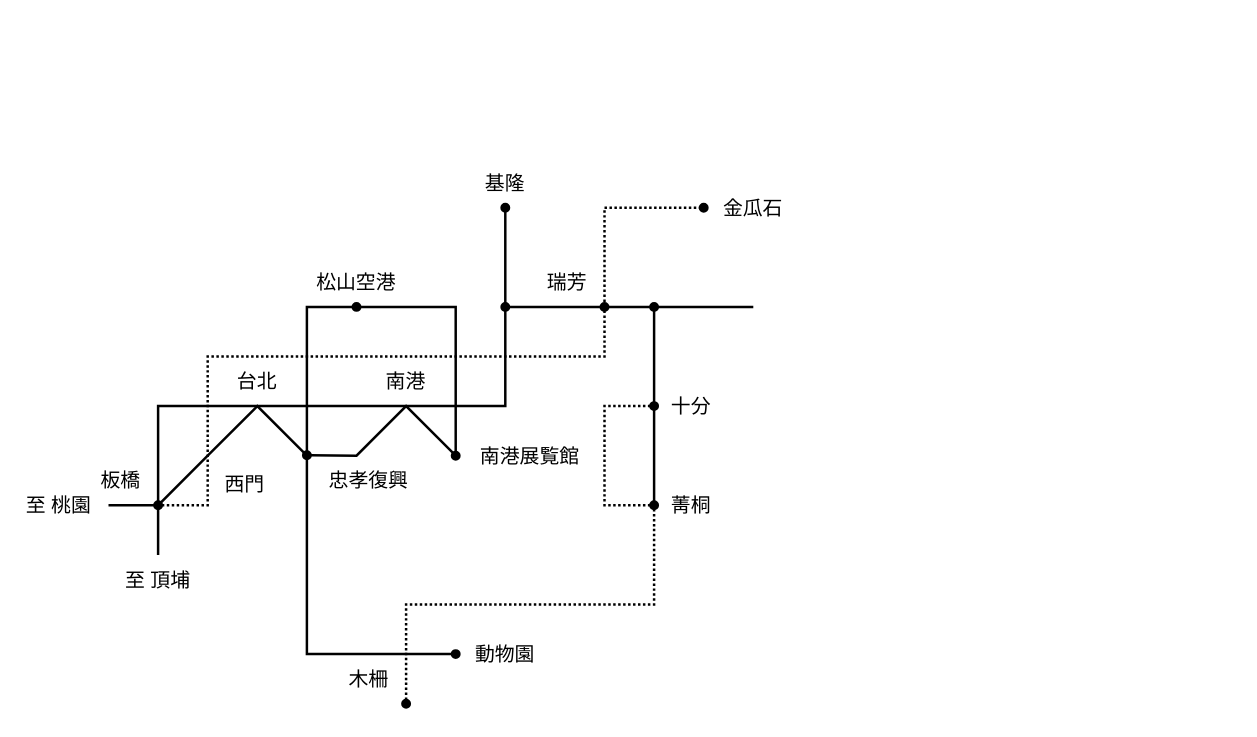
This is page "菁桐-木柵" (3 of 4) of routes.drawio from nnm-t/techniques-to-escape-from-dead-end-lines, a draw.io file, before an edit. Source tidied: cells renumbered, new cells numbered last; positions are measured from the earlier drawing's top-left corner, leaving out a move shared by most shapes. Both pictures are drawn from the tidied source at 124%, with x=0, y=0 at pixel (21, 170).
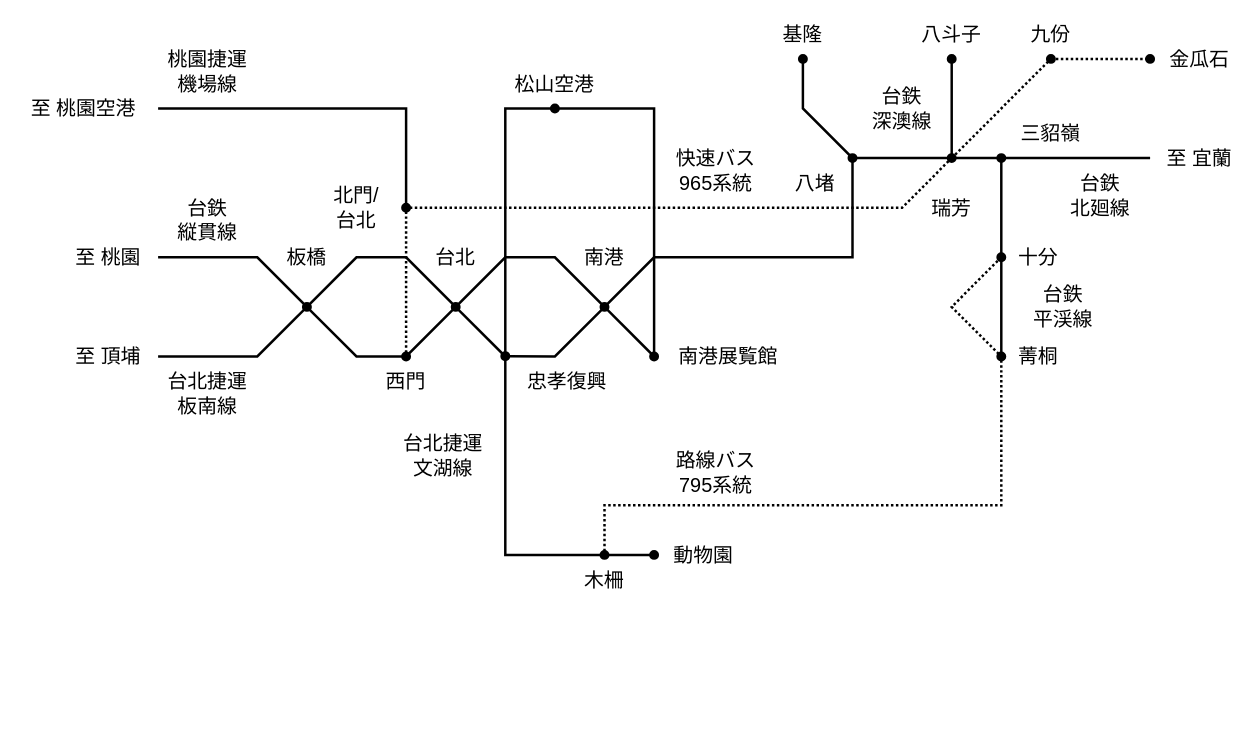
The same diagram, later.

Commit message:
菁桐 -> 木柵 図の修正

What changed in the source:
```diff
@@
     <mxCell id="2" style="endArrow=oval;html=1;strokeWidth=2;startArrow=oval;startFill=1;endFill=1;" parent="1" edge="1">
       <mxGeometry relative="1" as="geometry">
-        <mxPoint x="510" y="270" as="sourcePoint" />
-        <mxPoint x="510" y="110" as="targetPoint" />
+        <mxPoint x="790" y="150" as="sourcePoint" />
+        <mxPoint x="790" y="-10" as="targetPoint" />
       </mxGeometry>
     </mxCell>
     <mxCell id="3" style="endArrow=none;html=1;strokeWidth=2;startArrow=oval;startFill=1;" parent="1" edge="1">
       <mxGeometry relative="1" as="geometry">
-        <mxPoint x="390" y="110" as="sourcePoint" />
-        <mxPoint x="590" y="110" as="targetPoint" />
+        <mxPoint x="670" y="-10" as="sourcePoint" />
+        <mxPoint x="910" y="-10" as="targetPoint" />
       </mxGeometry>
     </mxCell>
     <mxCell id="4" style="endArrow=oval;html=1;strokeWidth=2;rounded=0;endFill=1;" parent="1" edge="1">
       <mxGeometry relative="1" as="geometry">
-        <mxPoint x="70" y="270" as="sourcePoint" />
-        <mxPoint x="390" y="30" as="targetPoint" />
+        <mxPoint x="110" y="70" as="sourcePoint" />
+        <mxPoint x="630" y="-90" as="targetPoint" />
         <Array as="points">
-          <mxPoint x="110" y="270" />
-          <mxPoint x="110" y="190" />
-          <mxPoint x="390" y="190" />
+          <mxPoint x="190" y="70" />
+          <mxPoint x="230" y="110" />
+          <mxPoint x="270" y="70" />
+          <mxPoint x="310" y="70" />
+          <mxPoint x="350" y="110" />
+          <mxPoint x="390" y="70" />
+          <mxPoint x="430" y="70" />
+          <mxPoint x="470" y="110" />
+          <mxPoint x="510" y="70" />
+          <mxPoint x="670" y="70" />
+          <mxPoint x="670" y="-10" />
+          <mxPoint x="630" y="-50" />
         </Array>
       </mxGeometry>
     </mxCell>
     <mxCell id="5" style="endArrow=oval;dashed=1;html=1;dashPattern=1 1;strokeWidth=2;rounded=0;startArrow=oval;startFill=1;endFill=1;" parent="1" edge="1">
       <mxGeometry relative="1" as="geometry">
-        <mxPoint x="110" y="270" as="sourcePoint" />
-        <mxPoint x="470" y="110" as="targetPoint" />
+        <mxPoint x="310" y="150" as="sourcePoint" />
+        <mxPoint x="750" y="-10" as="targetPoint" />
         <Array as="points">
-          <mxPoint x="150" y="270" />
-          <mxPoint x="150" y="150" />
-          <mxPoint x="470" y="150" />
+          <mxPoint x="310" y="110" />
+          <mxPoint x="310" y="30" />
+          <mxPoint x="430" y="30" />
+          <mxPoint x="710" y="30" />
         </Array>
       </mxGeometry>
     </mxCell>
     <mxCell id="6" style="endArrow=oval;html=1;strokeWidth=2;rounded=0;startArrow=oval;startFill=1;endFill=1;" parent="1" edge="1">
       <mxGeometry relative="1" as="geometry">
-        <mxPoint x="350" y="390" as="sourcePoint" />
-        <mxPoint x="270" y="110" as="targetPoint" />
+        <mxPoint x="510" y="310" as="sourcePoint" />
+        <mxPoint x="430" y="-50" as="targetPoint" />
         <Array as="points">
-          <mxPoint x="230" y="390" />
-          <mxPoint x="230" y="110" />
+          <mxPoint x="390" y="310" />
+          <mxPoint x="390" y="-50" />
         </Array>
       </mxGeometry>
     </mxCell>
     <mxCell id="7" value="南港展覧館" style="text;html=1;strokeColor=none;fillColor=none;align=center;verticalAlign=middle;whiteSpace=wrap;rounded=0;fontSize=16;" parent="1" vertex="1">
-      <mxGeometry x="360" y="220" width="100" height="20" as="geometry" />
+      <mxGeometry x="520" y="140" width="100" height="20" as="geometry" />
     </mxCell>
     <mxCell id="8" value="動物園" style="text;html=1;strokeColor=none;fillColor=none;align=center;verticalAlign=middle;whiteSpace=wrap;rounded=0;fontSize=16;" parent="1" vertex="1">
-      <mxGeometry x="360" y="380" width="60" height="20" as="geometry" />
+      <mxGeometry x="520" y="300" width="60" height="20" as="geometry" />
     </mxCell>
     <mxCell id="9" style="endArrow=oval;dashed=1;html=1;dashPattern=1 1;strokeWidth=2;fontSize=16;rounded=0;startArrow=oval;startFill=1;endFill=1;" parent="1" edge="1">
       <mxGeometry relative="1" as="geometry">
-        <mxPoint x="310" y="430" as="sourcePoint" />
-        <mxPoint x="510" y="190" as="targetPoint" />
+        <mxPoint x="470" y="310" as="sourcePoint" />
+        <mxPoint x="790" y="70" as="targetPoint" />
         <Array as="points">
-          <mxPoint x="310" y="350" />
-          <mxPoint x="510" y="350" />
-          <mxPoint x="510" y="270" />
           <mxPoint x="470" y="270" />
-          <mxPoint x="470" y="190" />
+          <mxPoint x="790" y="270" />
+          <mxPoint x="790" y="150" />
+          <mxPoint x="750" y="110" />
         </Array>
       </mxGeometry>
     </mxCell>
     <mxCell id="10" value="基隆" style="text;html=1;strokeColor=none;fillColor=none;align=center;verticalAlign=middle;whiteSpace=wrap;rounded=0;fontSize=16;" parent="1" vertex="1">
-      <mxGeometry x="370" width="40" height="20" as="geometry" />
+      <mxGeometry x="610" y="-120" width="40" height="20" as="geometry" />
     </mxCell>
     <mxCell id="11" value="瑞芳" style="text;html=1;strokeColor=none;fillColor=none;align=center;verticalAlign=middle;whiteSpace=wrap;rounded=0;fontSize=16;" parent="1" vertex="1">
-      <mxGeometry x="420" y="80" width="40" height="20" as="geometry" />
+      <mxGeometry x="730" y="20" width="40" height="20" as="geometry" />
     </mxCell>
     <mxCell id="12" value="金瓜石" style="text;html=1;strokeColor=none;fillColor=none;align=center;verticalAlign=middle;whiteSpace=wrap;rounded=0;fontSize=16;" parent="1" vertex="1">
-      <mxGeometry x="560" y="20" width="60" height="20" as="geometry" />
+      <mxGeometry x="920" y="-100" width="60" height="20" as="geometry" />
     </mxCell>
     <mxCell id="13" value="十分" style="text;html=1;strokeColor=none;fillColor=none;align=center;verticalAlign=middle;whiteSpace=wrap;rounded=0;fontSize=16;" parent="1" vertex="1">
-      <mxGeometry x="520" y="180" width="40" height="20" as="geometry" />
+      <mxGeometry x="800" y="60" width="40" height="20" as="geometry" />
     </mxCell>
     <mxCell id="14" value="菁桐" style="text;html=1;strokeColor=none;fillColor=none;align=center;verticalAlign=middle;whiteSpace=wrap;rounded=0;fontSize=16;" parent="1" vertex="1">
-      <mxGeometry x="520" y="260" width="40" height="20" as="geometry" />
+      <mxGeometry x="800" y="140" width="40" height="20" as="geometry" />
     </mxCell>
     <mxCell id="15" value="忠孝復興" style="text;html=1;strokeColor=none;fillColor=none;align=center;verticalAlign=middle;whiteSpace=wrap;rounded=0;fontSize=16;" parent="1" vertex="1">
-      <mxGeometry x="240" y="240" width="80" height="20" as="geometry" />
+      <mxGeometry x="400" y="160" width="80" height="20" as="geometry" />
     </mxCell>
-    <mxCell id="16" style="endArrow=none;html=1;fontSize=16;strokeWidth=2;startArrow=none;startFill=0;rounded=0;" parent="1" edge="1">
-      <mxGeometry relative="1" as="geometry">
-        <mxPoint x="110" y="310" as="sourcePoint" />
-        <mxPoint x="230" y="230" as="targetPoint" />
-        <Array as="points">
-          <mxPoint x="110" y="270" />
-          <mxPoint x="150" y="230" />
-          <mxPoint x="190" y="190" />
-        </Array>
-      </mxGeometry>
-    </mxCell>
-    <mxCell id="17" style="endArrow=none;html=1;fontSize=16;strokeWidth=2;startArrow=oval;startFill=1;rounded=0;" parent="1" edge="1">
+    <mxCell id="17" style="endArrow=oval;html=1;fontSize=16;strokeWidth=2;startArrow=oval;startFill=1;rounded=0;endFill=1;" parent="1" edge="1">
       <mxGeometry relative="1" as="geometry">
-        <mxPoint x="230" y="229.7" as="sourcePoint" />
-        <mxPoint x="350" y="230" as="targetPoint" />
+        <mxPoint x="390" y="149.7" as="sourcePoint" />
+        <mxPoint x="470" y="110" as="targetPoint" />
         <Array as="points">
-          <mxPoint x="270" y="230" />
-          <mxPoint x="310" y="190" />
+          <mxPoint x="430" y="150" />
         </Array>
       </mxGeometry>
     </mxCell>
     <mxCell id="18" value="台北" style="text;html=1;strokeColor=none;fillColor=none;align=center;verticalAlign=middle;whiteSpace=wrap;rounded=0;fontSize=16;" parent="1" vertex="1">
-      <mxGeometry x="170" y="160" width="40" height="20" as="geometry" />
+      <mxGeometry x="330" y="60" width="40" height="20" as="geometry" />
     </mxCell>
     <mxCell id="19" value="西門" style="text;html=1;strokeColor=none;fillColor=none;align=center;verticalAlign=middle;whiteSpace=wrap;rounded=0;fontSize=16;" parent="1" vertex="1">
-      <mxGeometry x="160" y="243" width="40" height="20" as="geometry" />
+      <mxGeometry x="290" y="160" width="40" height="20" as="geometry" />
     </mxCell>
     <mxCell id="20" value="至 桃園" style="text;html=1;strokeColor=none;fillColor=none;align=center;verticalAlign=middle;whiteSpace=wrap;rounded=0;fontSize=16;" parent="1" vertex="1">
-      <mxGeometry y="260" width="60" height="20" as="geometry" />
+      <mxGeometry x="40" y="60" width="60" height="20" as="geometry" />
     </mxCell>
     <mxCell id="21" value="至 頂埔" style="text;html=1;strokeColor=none;fillColor=none;align=center;verticalAlign=middle;whiteSpace=wrap;rounded=0;fontSize=16;" parent="1" vertex="1">
-      <mxGeometry x="80" y="320" width="60" height="20" as="geometry" />
+      <mxGeometry x="40" y="140" width="60" height="20" as="geometry" />
     </mxCell>
     <mxCell id="22" value="木柵" style="text;html=1;strokeColor=none;fillColor=none;align=center;verticalAlign=middle;whiteSpace=wrap;rounded=0;fontSize=16;" parent="1" vertex="1">
-      <mxGeometry x="260" y="400" width="40" height="20" as="geometry" />
+      <mxGeometry x="450" y="320" width="40" height="20" as="geometry" />
     </mxCell>
     <mxCell id="23" value="松山空港" style="text;html=1;strokeColor=none;fillColor=none;align=center;verticalAlign=middle;whiteSpace=wrap;rounded=0;fontSize=16;" parent="1" vertex="1">
-      <mxGeometry x="230" y="80" width="80" height="20" as="geometry" />
+      <mxGeometry x="390" y="-80" width="80" height="20" as="geometry" />
     </mxCell>
     <mxCell id="24" style="endArrow=oval;html=1;fontSize=16;strokeWidth=2;endFill=1;rounded=0;" parent="1" edge="1">
       <mxGeometry relative="1" as="geometry">
-        <mxPoint x="270" y="110" as="sourcePoint" />
-        <mxPoint x="350" y="230" as="targetPoint" />
+        <mxPoint x="430" y="-50" as="sourcePoint" />
+        <mxPoint x="510" y="150" as="targetPoint" />
         <Array as="points">
-          <mxPoint x="350" y="110" />
+          <mxPoint x="510" y="-50" />
         </Array>
       </mxGeometry>
     </mxCell>
     <mxCell id="25" value="板橋" style="text;html=1;strokeColor=none;fillColor=none;align=center;verticalAlign=middle;whiteSpace=wrap;rounded=0;fontSize=16;" parent="1" vertex="1">
-      <mxGeometry x="60" y="240" width="40" height="20" as="geometry" />
+      <mxGeometry x="210" y="60" width="40" height="20" as="geometry" />
     </mxCell>
     <mxCell id="26" value="南港" style="text;html=1;strokeColor=none;fillColor=none;align=center;verticalAlign=middle;whiteSpace=wrap;rounded=0;fontSize=16;" parent="1" vertex="1">
-      <mxGeometry x="290" y="160" width="40" height="20" as="geometry" />
+      <mxGeometry x="450" y="60" width="40" height="20" as="geometry" />
     </mxCell>
     <mxCell id="27" style="endArrow=oval;html=1;endFill=1;strokeWidth=2;dashed=1;dashPattern=1 1;rounded=0;" parent="1" edge="1">
       <mxGeometry relative="1" as="geometry">
-        <mxPoint x="470" y="110" as="sourcePoint" />
-        <mxPoint x="550" y="30" as="targetPoint" />
+        <mxPoint x="750" y="-10" as="sourcePoint" />
+        <mxPoint x="830" y="-90" as="targetPoint" />
         <Array as="points">
-          <mxPoint x="470" y="30" />
+          <mxPoint x="830" y="-90" />
         </Array>
       </mxGeometry>
     </mxCell>
+    <mxCell id="28" value="台北捷運&lt;br&gt;文湖線" style="text;html=1;strokeColor=none;fillColor=none;align=center;verticalAlign=middle;whiteSpace=wrap;rounded=0;fontSize=16;" parent="1" vertex="1">
+      <mxGeometry x="300" y="210" width="80" height="40" as="geometry" />
+    </mxCell>
+    <mxCell id="29" value="台北捷運&lt;br&gt;板南線" style="text;html=1;strokeColor=none;fillColor=none;align=center;verticalAlign=middle;whiteSpace=wrap;rounded=0;fontSize=16;" parent="1" vertex="1">
+      <mxGeometry x="110" y="160" width="80" height="40" as="geometry" />
+    </mxCell>
+    <mxCell id="30" value="台鉄&lt;br&gt;縦貫線" style="text;html=1;strokeColor=none;fillColor=none;align=center;verticalAlign=middle;whiteSpace=wrap;rounded=0;fontSize=16;" parent="1" vertex="1">
+      <mxGeometry x="120" y="20" width="60" height="40" as="geometry" />
+    </mxCell>
+    <mxCell id="31" value="至 宜蘭" style="text;html=1;strokeColor=none;fillColor=none;align=center;verticalAlign=middle;whiteSpace=wrap;rounded=0;fontSize=16;" parent="1" vertex="1">
+      <mxGeometry x="920" y="-20" width="60" height="20" as="geometry" />
+    </mxCell>
+    <mxCell id="32" value="台鉄&lt;br&gt;北廻線" style="text;html=1;strokeColor=none;fillColor=none;align=center;verticalAlign=middle;whiteSpace=wrap;rounded=0;fontSize=16;" parent="1" vertex="1">
+      <mxGeometry x="840" width="60" height="40" as="geometry" />
+    </mxCell>
+    <mxCell id="33" value="台鉄&lt;br&gt;平渓線" style="text;html=1;strokeColor=none;fillColor=none;align=center;verticalAlign=middle;whiteSpace=wrap;rounded=0;fontSize=16;" parent="1" vertex="1">
+      <mxGeometry x="800" y="90" width="80" height="40" as="geometry" />
+    </mxCell>
+    <mxCell id="34" value="路線バス&lt;br&gt;795系統" style="text;html=1;strokeColor=none;fillColor=none;align=center;verticalAlign=middle;whiteSpace=wrap;rounded=0;fontSize=16;" parent="1" vertex="1">
+      <mxGeometry x="520" y="224" width="80" height="40" as="geometry" />
+    </mxCell>
+    <mxCell id="35" value="快速バス&lt;br&gt;965系統" style="text;html=1;strokeColor=none;fillColor=none;align=center;verticalAlign=middle;whiteSpace=wrap;rounded=0;fontSize=16;" parent="1" vertex="1">
+      <mxGeometry x="520" y="-20" width="80" height="40" as="geometry" />
+    </mxCell>
+    <mxCell id="36" style="endArrow=oval;html=1;strokeWidth=2;rounded=0;endFill=1;" parent="1" edge="1">
+      <mxGeometry relative="1" as="geometry">
+        <mxPoint x="110" y="-50" as="sourcePoint" />
+        <mxPoint x="310" y="30" as="targetPoint" />
+        <Array as="points">
+          <mxPoint x="310" y="-50" />
+        </Array>
+      </mxGeometry>
+    </mxCell>
+    <mxCell id="37" value="桃園捷運&lt;br&gt;機場線" style="text;html=1;strokeColor=none;fillColor=none;align=center;verticalAlign=middle;whiteSpace=wrap;rounded=0;fontSize=16;" parent="1" vertex="1">
+      <mxGeometry x="110" y="-100" width="80" height="40" as="geometry" />
+    </mxCell>
+    <mxCell id="38" value="北門/&lt;br&gt;台北" style="text;html=1;strokeColor=none;fillColor=none;align=center;verticalAlign=middle;whiteSpace=wrap;rounded=0;fontSize=16;" parent="1" vertex="1">
+      <mxGeometry x="240" y="10" width="60" height="40" as="geometry" />
+    </mxCell>
+    <mxCell id="39" value="至 桃園空港" style="text;html=1;strokeColor=none;fillColor=none;align=center;verticalAlign=middle;whiteSpace=wrap;rounded=0;fontSize=16;" parent="1" vertex="1">
+      <mxGeometry y="-60" width="100" height="20" as="geometry" />
+    </mxCell>
+    <mxCell id="40" style="endArrow=none;html=1;strokeWidth=2;" parent="1" edge="1">
+      <mxGeometry relative="1" as="geometry">
+        <mxPoint x="470" y="110" as="sourcePoint" />
+        <mxPoint x="510" y="150" as="targetPoint" />
+      </mxGeometry>
+    </mxCell>
+    <mxCell id="41" style="endArrow=none;html=1;strokeWidth=2;rounded=0;" parent="1" edge="1">
+      <mxGeometry relative="1" as="geometry">
+        <mxPoint x="110" y="150" as="sourcePoint" />
+        <mxPoint x="230" y="110" as="targetPoint" />
+        <Array as="points">
+          <mxPoint x="190" y="150" />
+        </Array>
+      </mxGeometry>
+    </mxCell>
+    <mxCell id="42" style="endArrow=oval;html=1;strokeWidth=2;rounded=0;endFill=1;" parent="1" edge="1">
+      <mxGeometry relative="1" as="geometry">
+        <mxPoint x="350" y="110" as="sourcePoint" />
+        <mxPoint x="230" y="110" as="targetPoint" />
+        <Array as="points">
+          <mxPoint x="310" y="150" />
+          <mxPoint x="270" y="150" />
+        </Array>
+      </mxGeometry>
+    </mxCell>
+    <mxCell id="43" style="endArrow=none;html=1;strokeWidth=2;rounded=0;startArrow=oval;startFill=1;" parent="1" edge="1">
+      <mxGeometry relative="1" as="geometry">
+        <mxPoint x="350" y="110" as="sourcePoint" />
+        <mxPoint x="390" y="150" as="targetPoint" />
+      </mxGeometry>
+    </mxCell>
+    <mxCell id="44" value="八堵" style="text;html=1;strokeColor=none;fillColor=none;align=center;verticalAlign=middle;whiteSpace=wrap;rounded=0;fontSize=16;" parent="1" vertex="1">
+      <mxGeometry x="620" width="40" height="20" as="geometry" />
+    </mxCell>
+    <mxCell id="45" value="三貂嶺" style="text;html=1;strokeColor=none;fillColor=none;align=center;verticalAlign=middle;whiteSpace=wrap;rounded=0;fontFamily=Helvetica;fontSize=16;" parent="1" vertex="1">
+      <mxGeometry x="800" y="-40" width="60" height="20" as="geometry" />
+    </mxCell>
+    <mxCell id="46" style="endArrow=oval;html=1;fontFamily=Helvetica;fontSize=16;strokeWidth=2;endFill=1;" parent="1" edge="1">
+      <mxGeometry relative="1" as="geometry">
+        <mxPoint x="750" y="-10" as="sourcePoint" />
+        <mxPoint x="750" y="-90" as="targetPoint" />
+      </mxGeometry>
+    </mxCell>
+    <mxCell id="47" value="八斗子" style="text;html=1;strokeColor=none;fillColor=none;align=center;verticalAlign=middle;whiteSpace=wrap;rounded=0;fontFamily=Helvetica;fontSize=16;" parent="1" vertex="1">
+      <mxGeometry x="720" y="-120" width="60" height="20" as="geometry" />
+    </mxCell>
+    <mxCell id="48" value="台鉄&lt;br&gt;深澳線" style="text;html=1;strokeColor=none;fillColor=none;align=center;verticalAlign=middle;whiteSpace=wrap;rounded=0;fontSize=16;" parent="1" vertex="1">
+      <mxGeometry x="680" y="-70" width="60" height="40" as="geometry" />
+    </mxCell>
+    <mxCell id="49" style="endArrow=oval;html=1;fontFamily=Helvetica;fontSize=16;strokeWidth=2;dashed=1;dashPattern=1 1;endFill=1;" parent="1" edge="1">
+      <mxGeometry relative="1" as="geometry">
+        <mxPoint x="830" y="-90" as="sourcePoint" />
+        <mxPoint x="910" y="-90" as="targetPoint" />
+      </mxGeometry>
+    </mxCell>
+    <mxCell id="50" value="九份" style="text;html=1;strokeColor=none;fillColor=none;align=center;verticalAlign=middle;whiteSpace=wrap;rounded=0;fontSize=16;" parent="1" vertex="1">
+      <mxGeometry x="810" y="-120" width="40" height="20" as="geometry" />
+    </mxCell>
```
